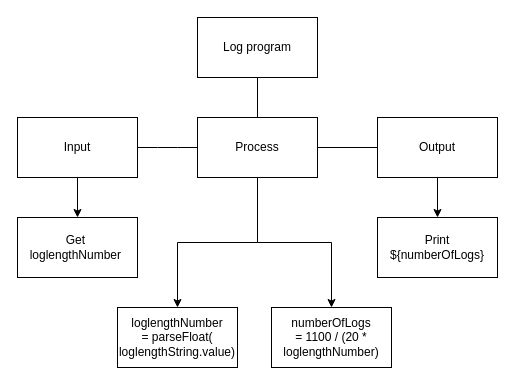
Before: Design/top_down.drawio in Emmanuel-Fofeyin/ICS4U-Unit1-01-Typescript, a draw.io diagram. Source tidied: cells renumbered, new cells numbered last; positions are measured from the earlier drawing's top-left corner, leaving out a move shared by most shapes. Both pictures are drawn from the tidied source at 100%, with x=0, y=0 at pixel (17, 17).
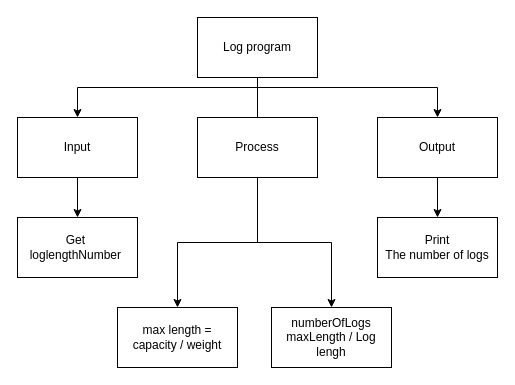
Above is the later version.

The change refers to these unchanged cells:
```xml
<mxCell id="4" value="Input" style="rounded=0;whiteSpace=wrap;html=1;" parent="1" vertex="1">
  <mxGeometry y="100" width="120" height="60" as="geometry" />
</mxCell>
<mxCell id="8" value="Process" style="rounded=0;whiteSpace=wrap;html=1;" parent="1" vertex="1">
  <mxGeometry x="180" y="100" width="120" height="60" as="geometry" />
</mxCell>
<mxCell id="10" value="Output" style="rounded=0;whiteSpace=wrap;html=1;" parent="1" vertex="1">
  <mxGeometry x="360" y="100" width="120" height="60" as="geometry" />
</mxCell>
```

What changed in the source:
```diff
@@
-    <mxCell id="3" style="edgeStyle=none;html=1;endArrow=baseDash;endFill=0;" parent="1" edge="1" source="4" target="8">
-      <mxGeometry relative="1" as="geometry">
-        <Array as="points">
-          <mxPoint x="150" y="130" />
-        </Array>
-      </mxGeometry>
-    </mxCell>
+    <mxCell id="17" style="edgeStyle=none;html=1;entryX=0.5;entryY=0;entryDx=0;entryDy=0;rounded=0;" parent="1" edge="1" target="4">
+      <mxGeometry relative="1" as="geometry">
+        <mxPoint x="240" y="70" as="sourcePoint" />
+        <Array as="points">
+          <mxPoint x="60" y="70" />
+        </Array>
+      </mxGeometry>
+    </mxCell>
@@
-    <mxCell id="7" style="edgeStyle=none;html=1;endArrow=baseDash;endFill=0;" parent="1" edge="1" source="8" target="10">
-      <mxGeometry relative="1" as="geometry" />
-    </mxCell>
@@
+    <mxCell id="18" style="edgeStyle=none;rounded=0;html=1;entryX=0.5;entryY=0;entryDx=0;entryDy=0;" parent="1" edge="1" target="10">
+      <mxGeometry relative="1" as="geometry">
+        <mxPoint x="230" y="70" as="sourcePoint" />
+        <Array as="points">
+          <mxPoint x="420" y="70" />
+        </Array>
+      </mxGeometry>
+    </mxCell>
@@
-    <mxCell id="12" value="loglengthNumber &lt;br&gt;= parseFloat(&lt;br&gt;loglengthString.value)" style="rounded=0;whiteSpace=wrap;html=1;" parent="1" vertex="1">
+    <mxCell id="12" value="max length = &lt;br&gt;capacity / weight" style="rounded=0;whiteSpace=wrap;html=1;" parent="1" vertex="1">
       <mxGeometry x="100" y="290" width="120" height="60" as="geometry" />
     </mxCell>
-    <mxCell id="13" value="numberOfLogs&lt;br&gt;= 1100 / (20 * loglengthNumber)" style="rounded=0;whiteSpace=wrap;html=1;" parent="1" vertex="1">
+    <mxCell id="13" value="numberOfLogs&lt;br&gt;maxLength / Log lengh" style="rounded=0;whiteSpace=wrap;html=1;" parent="1" vertex="1">
       <mxGeometry x="254" y="290" width="120" height="60" as="geometry" />
     </mxCell>
-    <mxCell id="14" value="Print&lt;br&gt;${numberOfLogs}" style="rounded=0;whiteSpace=wrap;html=1;" parent="1" vertex="1">
+    <mxCell id="14" value="Print&lt;br&gt;The number of logs" style="rounded=0;whiteSpace=wrap;html=1;" parent="1" vertex="1">
       <mxGeometry x="360" y="200" width="120" height="60" as="geometry" />
     </mxCell>
```
